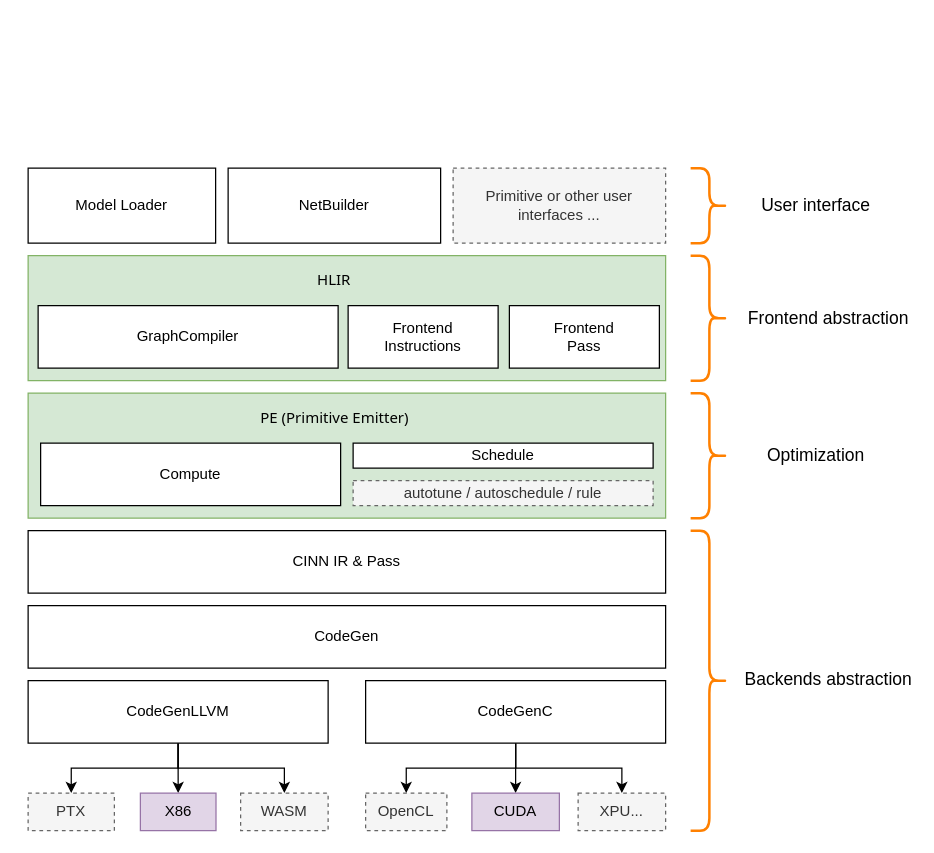
The draw.io diagram CINN Architecture with future design.drawio in Superjomn/_tmp_images, before the edit. Source tidied: cells renumbered, new cells numbered last; positions are measured from the earlier drawing's top-left corner, leaving out a move shared by most shapes. Both pictures are drawn from the tidied source at 125%, with x=0, y=0 at pixel (28, 168).
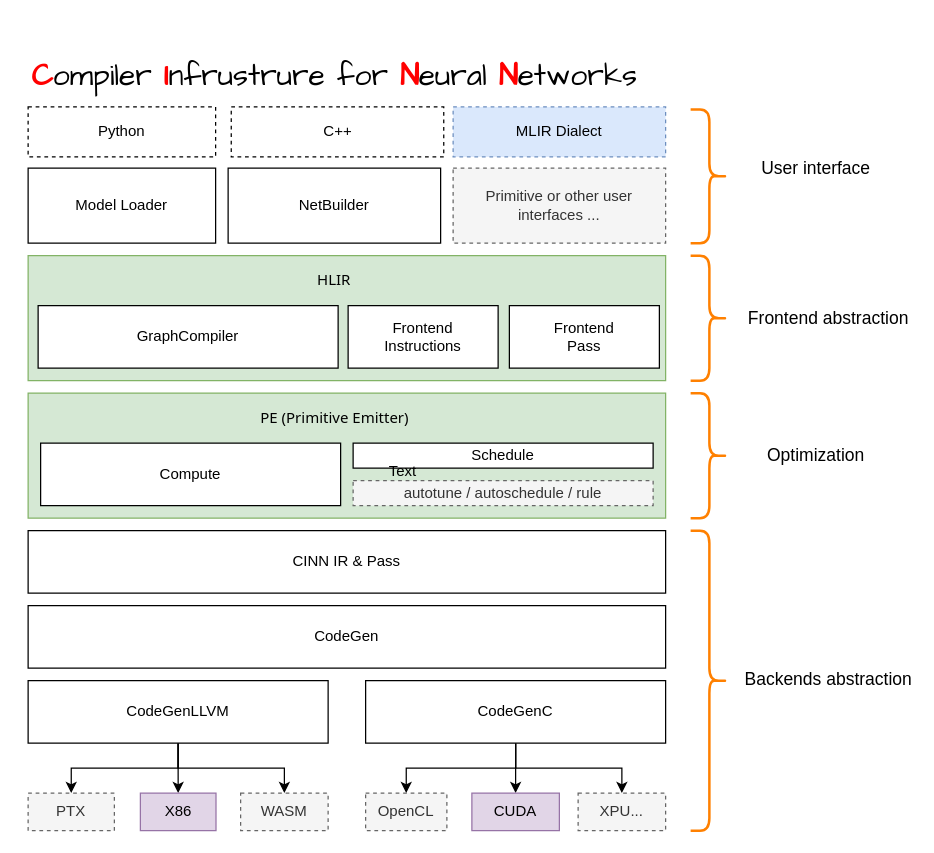
The same diagram, later.

Diff of the diagram source:
```diff
@@
     <mxCell id="37" style="shape=curlyBracket;whiteSpace=wrap;html=1;rounded=1;flipH=1;size=0.5;strokeWidth=2;strokeColor=#FF8000;" parent="1" vertex="1">
-      <mxGeometry x="530" width="30" height="60" as="geometry" />
+      <mxGeometry x="530" y="-47" width="30" height="107" as="geometry" />
     </mxCell>
     <mxCell id="38" value="&lt;span style=&quot;font-weight: normal&quot;&gt;&lt;font style=&quot;font-size: 14px&quot;&gt;User interface&lt;/font&gt;&lt;/span&gt;" style="text;strokeColor=none;fillColor=none;html=1;fontSize=24;fontStyle=1;verticalAlign=middle;align=center;labelPosition=center;verticalLabelPosition=middle;horizontal=1;" parent="1" vertex="1">
-      <mxGeometry x="580" y="7" width="100" height="40" as="geometry" />
+      <mxGeometry x="580" y="-23.5" width="100" height="40" as="geometry" />
     </mxCell>
+    <mxCell id="39" value="Python" style="rounded=0;whiteSpace=wrap;html=1;dashed=1;" parent="1" vertex="1">
+      <mxGeometry y="-49" width="150" height="40" as="geometry" />
+    </mxCell>
+    <mxCell id="40" value="C++" style="rounded=0;whiteSpace=wrap;html=1;dashed=1;" parent="1" vertex="1">
+      <mxGeometry x="162.5" y="-49" width="170" height="40" as="geometry" />
+    </mxCell>
+    <mxCell id="41" value="MLIR Dialect" style="rounded=0;whiteSpace=wrap;html=1;dashed=1;fillColor=#dae8fc;strokeColor=#6c8ebf;" parent="1" vertex="1">
+      <mxGeometry x="340" y="-49" width="170" height="40" as="geometry" />
+    </mxCell>
+    <mxCell id="42" value="Text" style="text;html=1;strokeColor=none;fillColor=none;align=center;verticalAlign=middle;whiteSpace=wrap;rounded=0;dashed=1;" parent="1" vertex="1">
+      <mxGeometry x="280" y="233" width="40" height="20" as="geometry" />
+    </mxCell>
+    <mxCell id="43" value="&lt;font style=&quot;font-size: 24px&quot; face=&quot;Comic Sans MS&quot;&gt;&lt;b&gt;&lt;font color=&quot;#ff0000&quot;&gt;C&lt;/font&gt;&lt;/b&gt;ompiler &lt;font color=&quot;#ff0000&quot;&gt;&lt;b&gt;I&lt;/b&gt;&lt;/font&gt;nfrustrure for &lt;font color=&quot;#ff0000&quot;&gt;&lt;b&gt;N&lt;/b&gt;&lt;/font&gt;eural &lt;font color=&quot;#ff0000&quot;&gt;&lt;b&gt;N&lt;/b&gt;&lt;/font&gt;etworks&lt;/font&gt;" style="text;html=1;align=center;verticalAlign=middle;strokeColor=none;fontSize=45;" parent="1" vertex="1">
+      <mxGeometry x="-5" y="-117" width="500" height="70" as="geometry" />
+    </mxCell>
```
